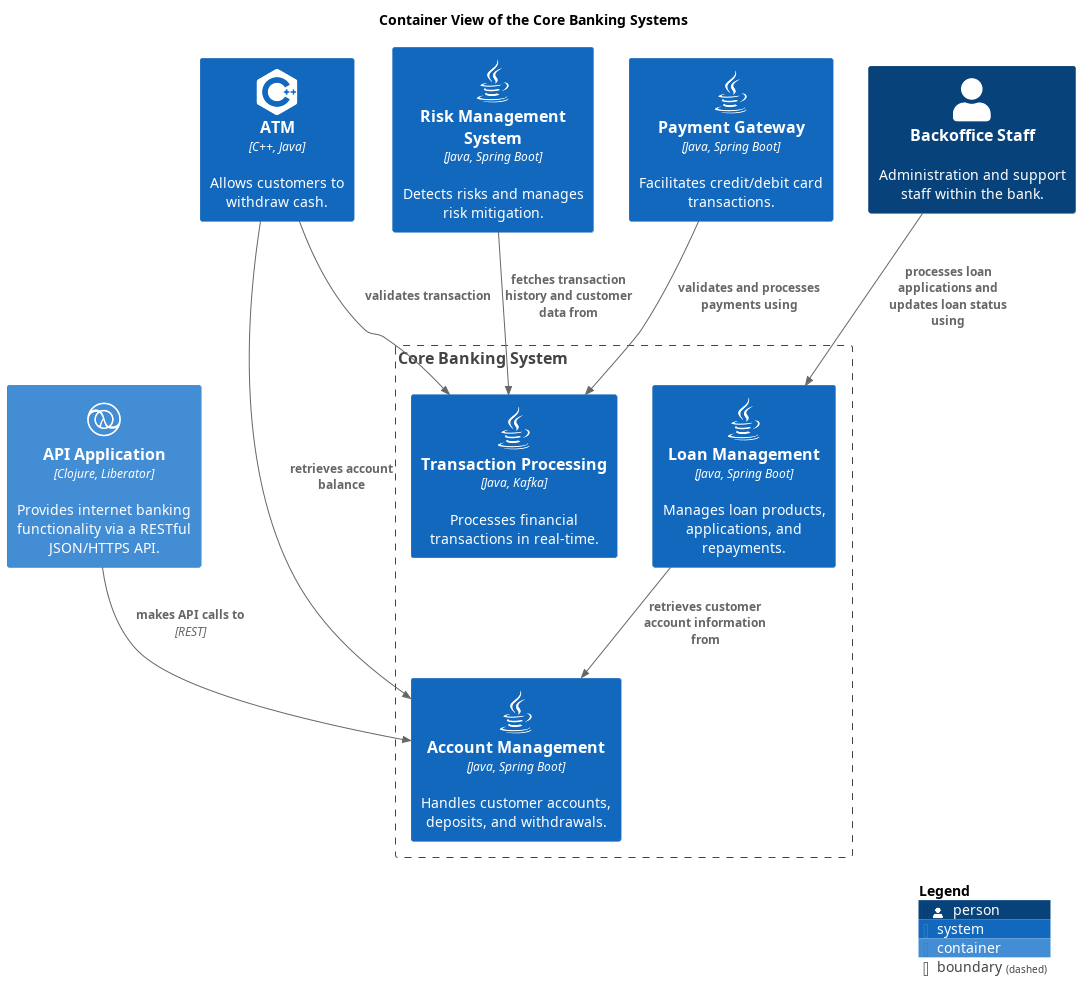
The PlantUML diagram docs/mybank/core-banking/container-view.png in soulspace-org/my-bank-model, before a commit.
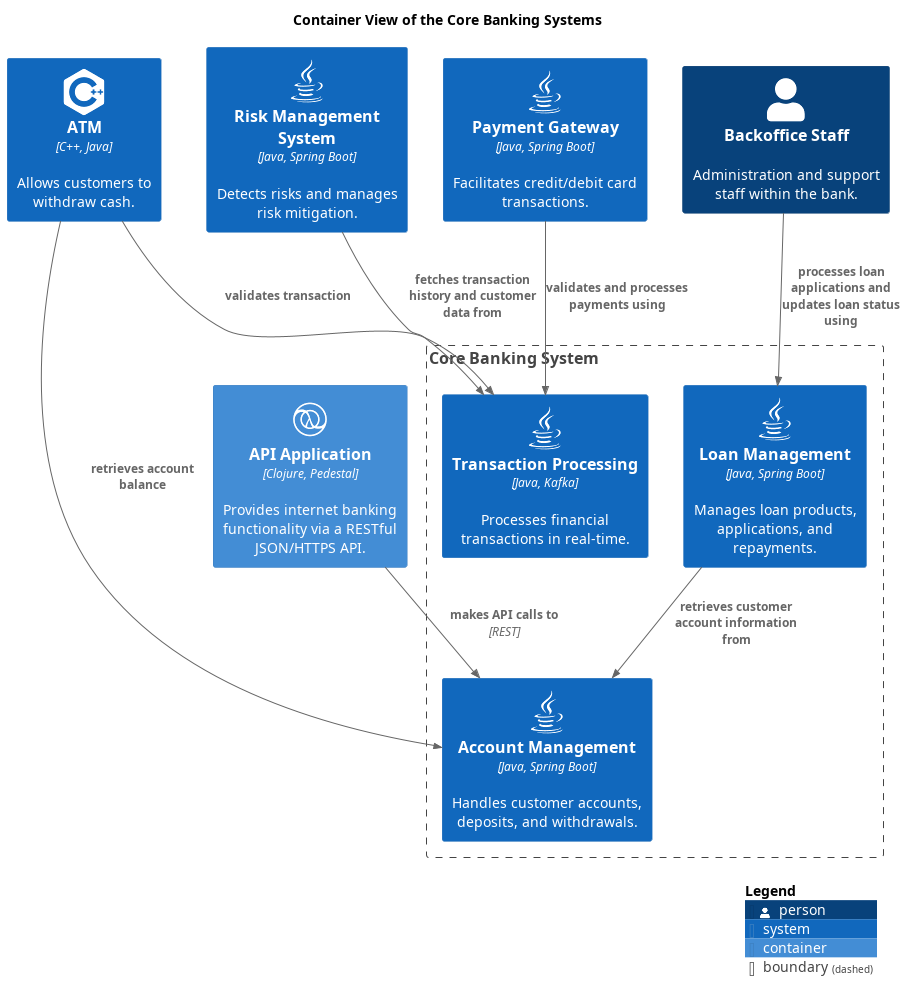
After the change.

The edit, as a diff of the source:
```diff
@@ -5,11 +5,9 @@
 !include <azure/AzureCommon>
 !include <azure/AzureC4Integration>
 !include <tupadr3/common>
-!include <tupadr3/common>
-!include <tupadr3/common>
+!include <tupadr3/devicons/clojure>
 !include <tupadr3/font-awesome-5/java>
 !include <logos/kafka>
-!include <tupadr3/devicons/clojure>
 !include <tupadr3/devicons2/cplusplus>
 
 
@@ -19,13 +17,13 @@
 
 
 title Container View of the Core Banking Systems
+Container(mybank_digitalBanking_internetBankingSystem_apiApplication, "API Application", $descr="Provides internet banking functionality via a RESTful JSON/HTTPS API.", $techn="Clojure, Pedestal", $sprite="clojure")
 System(mybank_compliance_riskManagementSystem, "Risk Management System", $descr="Detects risks and manages risk mitigation.", $type="Java, Spring Boot", $sprite="java")
 Boundary(mybank_coreBanking_contextBoundary, "Core Banking System") {
   System(mybank_coreBanking_transactionProcessingSystem, "Transaction Processing", $descr="Processes financial transactions in real-time.", $type="Java, Kafka", $sprite="java")
   System(mybank_coreBanking_loanManagementSystem, "Loan Management", $descr="Manages loan products, applications, and repayments.", $type="Java, Spring Boot", $sprite="java")
   System(mybank_coreBanking_accountManagementSystem, "Account Management", $descr="Handles customer accounts, deposits, and withdrawals.", $type="Java, Spring Boot", $sprite="java")
 }
-Container(mybank_digitalBanking_internetBankingSystem_apiApplication, "API Application", $descr="Provides internet banking functionality via a RESTful JSON/HTTPS API.", $techn="Clojure, Liberator", $sprite="clojure")
 System(mybank_payment_paymentGatewaySystem, "Payment Gateway", $descr="Facilitates credit/debit card transactions.", $type="Java, Spring Boot", $sprite="java")
 System(mybank_customerChannels_atm, "ATM", $descr="Allows customers to withdraw cash.", $type="C++, Java", $sprite="cplusplus")
 Person(mybank_coreBanking_backofficeStaff, "Backoffice Staff", $descr="Administration and support staff within the bank.")
```
